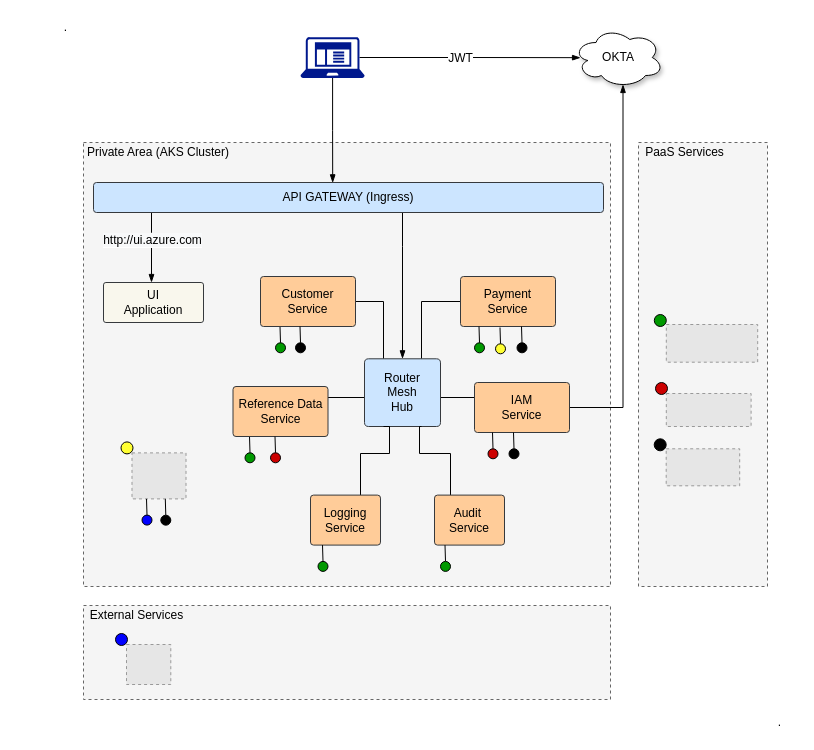
This is page "Architecture" (1 of 3) of _files/High-Level_Design.drawio from aytekinyaliz/ylz-xyz-infra, a draw.io file, before an edit. Source tidied: cells renumbered, new cells numbered last; positions are measured from the earlier drawing's top-left corner, leaving out a move shared by most shapes. Both pictures are drawn from the tidied source at 100%, with x=0, y=0 at pixel (57, 16). Pictures stored in the file or linked from it are replaced by grey dashed boxes.
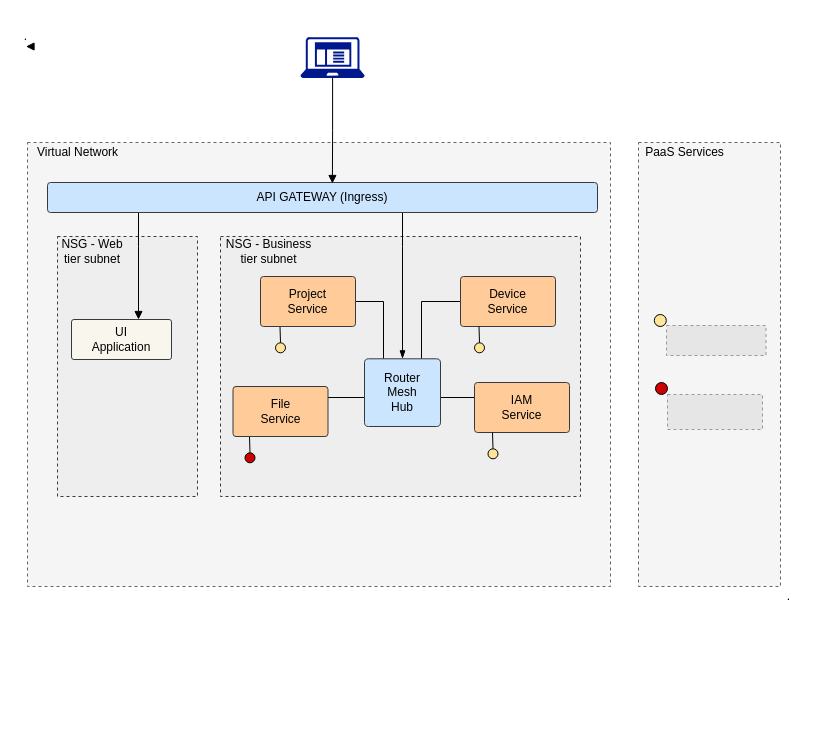
The same diagram, later.

The change refers to these unchanged cells:
```xml
<mxCell id="15" style="shadow=0;dashed=0;html=1;strokeColor=none;labelPosition=center;verticalLabelPosition=bottom;verticalAlign=top;align=center;fillColor=#00188D;shape=mxgraph.mscae.enterprise.client_application;" parent="1" vertex="1">
  <mxGeometry x="243" y="20.5" width="64.1" height="41" as="geometry" />
</mxCell>
<mxCell id="22" value="IAM&lt;br&gt;Service" style="rounded=1;whiteSpace=wrap;html=1;shadow=0;fillColor=#ffcc99;strokeColor=#36393d;arcSize=6;" parent="1" vertex="1">
  <mxGeometry x="417" y="366" width="95" height="50" as="geometry" />
</mxCell>
<mxCell id="51" value="Router&lt;br&gt;Mesh&lt;br&gt;Hub" style="rounded=1;whiteSpace=wrap;html=1;shadow=0;fillColor=#cce5ff;strokeColor=#36393d;arcSize=6;" parent="1" vertex="1">
  <mxGeometry x="307" y="342.3" width="76" height="67.7" as="geometry" />
</mxCell>
```

What changed in the source:
```diff
@@
-    <mxCell id="2" style="rounded=0;whiteSpace=wrap;html=1;shadow=0;dashed=1;fillColor=#f5f5f5;strokeColor=#666666;fontColor=#333333;arcSize=2;" parent="1" vertex="1">
-      <mxGeometry x="26" y="589" width="527" height="94" as="geometry" />
-    </mxCell>
+    <mxCell id="4" style="rounded=0;whiteSpace=wrap;html=1;shadow=0;dashed=1;fillColor=#f5f5f5;strokeColor=#666666;fontColor=#333333;arcSize=2;" parent="1" vertex="1">
+      <mxGeometry x="-30" y="126" width="583" height="444" as="geometry" />
+    </mxCell>
+    <mxCell id="70" style="rounded=0;whiteSpace=wrap;html=1;labelBackgroundColor=none;strokeWidth=1;dashed=1;fillColor=#eeeeee;strokeColor=#36393d;" parent="1" vertex="1">
+      <mxGeometry y="220" width="140" height="260" as="geometry" />
+    </mxCell>
+    <mxCell id="71" style="rounded=0;whiteSpace=wrap;html=1;labelBackgroundColor=none;strokeWidth=1;dashed=1;fillColor=#eeeeee;strokeColor=#36393d;" parent="1" vertex="1">
+      <mxGeometry x="163" y="220" width="360" height="260" as="geometry" />
+    </mxCell>
     <mxCell id="3" style="rounded=0;whiteSpace=wrap;html=1;shadow=0;dashed=1;fillColor=#f5f5f5;strokeColor=#666666;fontColor=#333333;arcSize=2;" parent="1" vertex="1">
-      <mxGeometry x="581" y="126" width="129" height="444" as="geometry" />
+      <mxGeometry x="581" y="126" width="142" height="444" as="geometry" />
     </mxCell>
-    <mxCell id="4" style="rounded=0;whiteSpace=wrap;html=1;shadow=0;dashed=1;fillColor=#f5f5f5;strokeColor=#666666;fontColor=#333333;arcSize=2;" parent="1" vertex="1">
-      <mxGeometry x="26" y="126" width="527" height="444" as="geometry" />
-    </mxCell>
-    <mxCell id="5" value="Private Area (AKS Cluster)" style="text;html=1;strokeColor=none;fillColor=none;align=center;verticalAlign=middle;whiteSpace=wrap;rounded=0;shadow=1;dashed=1;" parent="1" vertex="1">
-      <mxGeometry x="26" y="126" width="150" height="20" as="geometry" />
+    <mxCell id="5" value="Virtual Network" style="text;html=1;strokeColor=none;fillColor=none;align=center;verticalAlign=middle;whiteSpace=wrap;rounded=0;shadow=1;dashed=1;" parent="1" vertex="1">
+      <mxGeometry x="-28.5" y="126" width="97" height="20" as="geometry" />
     </mxCell>
-    <mxCell id="6" style="edgeStyle=orthogonalEdgeStyle;rounded=0;orthogonalLoop=1;jettySize=auto;html=1;endArrow=blockThin;endFill=1;" parent="1" edge="1">
-      <mxGeometry relative="1" as="geometry">
-        <mxPoint x="94" y="196" as="sourcePoint" />
-        <mxPoint x="94" y="266" as="targetPoint" />
-        <Array as="points">
-          <mxPoint x="94" y="216" />
-          <mxPoint x="94" y="216" />
-        </Array>
-      </mxGeometry>
-    </mxCell>
-    <mxCell id="7" value="&lt;span style=&quot;white-space: normal ; background-color: rgb(248 , 249 , 250)&quot;&gt;http://ui.azure.com&lt;/span&gt;" style="text;html=1;align=center;verticalAlign=middle;labelBackgroundColor=#ffffff;" parent="6" vertex="1">
-      <mxGeometry x="-0.23" relative="1" as="geometry" />
-    </mxCell>
@@
+    <mxCell id="72" style="edgeStyle=orthogonalEdgeStyle;rounded=0;orthogonalLoop=1;jettySize=auto;html=1;entryX=0.5;entryY=0;entryDx=0;entryDy=0;endArrow=block;endFill=1;" parent="1" edge="1">
+      <mxGeometry relative="1" as="geometry">
+        <mxPoint x="81" y="196" as="sourcePoint" />
+        <mxPoint x="81" y="303" as="targetPoint" />
+        <Array as="points">
+          <mxPoint x="81" y="230" />
+          <mxPoint x="81" y="230" />
+        </Array>
+      </mxGeometry>
+    </mxCell>
     <mxCell id="9" value="API GATEWAY (Ingress)" style="rounded=1;whiteSpace=wrap;html=1;shadow=0;fillColor=#cce5ff;strokeColor=#36393d;arcSize=10;" parent="1" vertex="1">
-      <mxGeometry x="36" y="166" width="510" height="30" as="geometry" />
+      <mxGeometry x="-10" y="166" width="550" height="30" as="geometry" />
     </mxCell>
     <mxCell id="10" value="UI&lt;br&gt;Application" style="rounded=1;whiteSpace=wrap;html=1;shadow=0;fillColor=#f9f7ed;strokeColor=#36393d;arcSize=6;" parent="1" vertex="1">
-      <mxGeometry x="46" y="266" width="100" height="40" as="geometry" />
+      <mxGeometry x="14" y="303" width="100" height="40" as="geometry" />
     </mxCell>
-    <mxCell id="11" value="OKTA" style="ellipse;shape=cloud;whiteSpace=wrap;html=1;shadow=1;fillColor=#FFFFFF;" parent="1" vertex="1">
-      <mxGeometry x="516" y="11" width="90" height="60" as="geometry" />
-    </mxCell>
-    <mxCell id="12" style="edgeStyle=orthogonalEdgeStyle;rounded=0;jettySize=auto;html=1;exitX=0.92;exitY=0.5;exitDx=0;exitDy=0;exitPerimeter=0;entryX=0.078;entryY=0.503;entryDx=0;entryDy=0;entryPerimeter=0;endArrow=blockThin;endFill=1;" parent="1" edge="1" source="15" target="11">
-      <mxGeometry relative="1" as="geometry" />
-    </mxCell>
-    <mxCell id="13" value="JWT" style="text;html=1;align=center;verticalAlign=middle;labelBackgroundColor=#ffffff;" parent="12" vertex="1">
-      <mxGeometry x="-0.09" relative="1" as="geometry" />
-    </mxCell>
-    <mxCell id="14" style="edgeStyle=orthogonalEdgeStyle;rounded=0;jettySize=auto;html=1;entryX=0.469;entryY=0.011;entryDx=0;entryDy=0;entryPerimeter=0;endArrow=blockThin;endFill=1;" parent="1" edge="1" source="15" target="9">
+    <mxCell id="14" style="edgeStyle=orthogonalEdgeStyle;rounded=0;jettySize=auto;html=1;entryX=0.518;entryY=0.033;entryDx=0;entryDy=0;entryPerimeter=0;endArrow=block;endFill=1;" parent="1" edge="1" source="15" target="9">
       <mxGeometry relative="1" as="geometry" />
     </mxCell>
@@
-    <mxCell id="17" style="fillColor=#E6E6E6;strokeColor=#999999;dashed=1;verticalLabelPosition=bottom;verticalAlign=top;" parent="1" vertex="1">
-      <mxGeometry x="608.8" y="308" width="91.4" height="37.7" as="geometry" />
-    </mxCell>
@@
-    <mxCell id="19" value="Payment&lt;br&gt;Service" style="rounded=1;whiteSpace=wrap;html=1;shadow=0;fillColor=#ffcc99;strokeColor=#36393d;arcSize=6;" parent="1" vertex="1">
+    <mxCell id="19" value="Device&lt;br&gt;Service" style="rounded=1;whiteSpace=wrap;html=1;shadow=0;fillColor=#ffcc99;strokeColor=#36393d;arcSize=6;" parent="1" vertex="1">
       <mxGeometry x="403" y="260" width="95" height="50" as="geometry" />
     </mxCell>
-    <mxCell id="20" style="edgeStyle=orthogonalEdgeStyle;rounded=0;jettySize=auto;html=1;entryX=0.55;entryY=0.95;entryDx=0;entryDy=0;entryPerimeter=0;endArrow=blockThin;endFill=1;" parent="1" edge="1" source="22" target="11">
-      <mxGeometry relative="1" as="geometry">
-        <Array as="points">
-          <mxPoint x="566" y="391" />
-        </Array>
-      </mxGeometry>
-    </mxCell>
@@
-    <mxCell id="24" style="ellipse;whiteSpace=wrap;html=1;shadow=0;fillColor=#009900;" parent="1" vertex="1">
+    <mxCell id="24" style="ellipse;whiteSpace=wrap;html=1;shadow=0;fillColor=#FFE599;" parent="1" vertex="1">
       <mxGeometry x="218" y="326.3" width="10" height="10" as="geometry" />
     </mxCell>
@@
-    <mxCell id="26" style="ellipse;whiteSpace=wrap;html=1;shadow=0;fillColor=#009900;" parent="1" vertex="1">
+    <mxCell id="26" style="ellipse;whiteSpace=wrap;html=1;shadow=0;fillColor=#FFE599;" parent="1" vertex="1">
       <mxGeometry x="417" y="326.3" width="10" height="10" as="geometry" />
     </mxCell>
-    <mxCell id="27" style="ellipse;whiteSpace=wrap;html=1;shadow=0;fillColor=#009900;" parent="1" vertex="1">
+    <mxCell id="27" style="ellipse;whiteSpace=wrap;html=1;shadow=0;fillColor=#FFE599;" parent="1" vertex="1">
       <mxGeometry x="596.8" y="298" width="12" height="12" as="geometry" />
     </mxCell>
@@
-    <mxCell id="30" style="ellipse;whiteSpace=wrap;html=1;shadow=0;fillColor=#CC0000;" parent="1" vertex="1">
+    <mxCell id="30" style="ellipse;whiteSpace=wrap;html=1;shadow=0;fillColor=#FFE599;" parent="1" vertex="1">
       <mxGeometry x="430.5" y="432.3" width="10" height="10" as="geometry" />
     </mxCell>
@@
-    <mxCell id="33" value="Reference Data&lt;br&gt;Service" style="rounded=1;whiteSpace=wrap;html=1;shadow=0;fillColor=#ffcc99;strokeColor=#36393d;arcSize=6;" parent="1" vertex="1">
+    <mxCell id="33" value="File&lt;br&gt;Service" style="rounded=1;whiteSpace=wrap;html=1;shadow=0;fillColor=#ffcc99;strokeColor=#36393d;arcSize=6;" parent="1" vertex="1">
       <mxGeometry x="175.5" y="370" width="95" height="50" as="geometry" />
     </mxCell>
-    <mxCell id="34" style="ellipse;whiteSpace=wrap;html=1;shadow=0;fillColor=#009900;" parent="1" vertex="1">
+    <mxCell id="34" style="ellipse;whiteSpace=wrap;html=1;shadow=0;fillColor=#CC0000;" parent="1" vertex="1">
       <mxGeometry x="187.5" y="436.3" width="10" height="10" as="geometry" />
     </mxCell>
-    <mxCell id="35" style="edgeStyle=orthogonalEdgeStyle;rounded=0;jettySize=auto;html=1;entryX=0.5;entryY=0;entryDx=0;entryDy=0;endArrow=none;endFill=0;" parent="1" edge="1" target="36">
-      <mxGeometry relative="1" as="geometry">
-        <mxPoint x="217.5" y="420" as="sourcePoint" />
-      </mxGeometry>
-    </mxCell>
-    <mxCell id="36" style="ellipse;whiteSpace=wrap;html=1;shadow=0;fillColor=#CC0000;" parent="1" vertex="1">
-      <mxGeometry x="213" y="436.3" width="10" height="10" as="geometry" />
-    </mxCell>
-    <mxCell id="37" style="fillColor=#E6E6E6;strokeColor=#999999;dashed=1;verticalLabelPosition=bottom;verticalAlign=top;" parent="1" vertex="1">
-      <mxGeometry x="74.5" y="436.4" width="54" height="46" as="geometry" />
-    </mxCell>
-    <mxCell id="38" value="External Services" style="text;html=1;strokeColor=none;fillColor=none;align=center;verticalAlign=middle;whiteSpace=wrap;rounded=0;shadow=1;dashed=1;" parent="1" vertex="1">
-      <mxGeometry x="26" y="589" width="107" height="20" as="geometry" />
-    </mxCell>
-    <mxCell id="39" style="fillColor=#E6E6E6;strokeColor=#999999;dashed=1;verticalLabelPosition=bottom;verticalAlign=top;" parent="1" vertex="1">
-      <mxGeometry x="69" y="628" width="44.3" height="40" as="geometry" />
-    </mxCell>
-    <mxCell id="40" style="ellipse;whiteSpace=wrap;html=1;shadow=0;fillColor=#0000FF;" parent="1" vertex="1">
-      <mxGeometry x="58" y="617" width="12" height="12" as="geometry" />
-    </mxCell>
-    <mxCell id="41" style="edgeStyle=orthogonalEdgeStyle;rounded=0;jettySize=auto;html=1;entryX=0.5;entryY=0;entryDx=0;entryDy=0;endArrow=none;endFill=0;" parent="1" edge="1" target="42">
-      <mxGeometry relative="1" as="geometry">
-        <mxPoint x="89" y="482.4" as="sourcePoint" />
-      </mxGeometry>
-    </mxCell>
-    <mxCell id="42" style="ellipse;whiteSpace=wrap;html=1;shadow=0;fillColor=#0000FF;" parent="1" vertex="1">
-      <mxGeometry x="84.5" y="498.6" width="10" height="10" as="geometry" />
-    </mxCell>
@@
-    <mxCell id="44" value="Customer&lt;br&gt;Service" style="rounded=1;whiteSpace=wrap;html=1;shadow=0;fillColor=#ffcc99;strokeColor=#36393d;arcSize=6;" parent="1" vertex="1">
+    <mxCell id="44" value="Project&lt;br&gt;Service" style="rounded=1;whiteSpace=wrap;html=1;shadow=0;fillColor=#ffcc99;strokeColor=#36393d;arcSize=6;" parent="1" vertex="1">
       <mxGeometry x="203" y="260" width="95" height="50" as="geometry" />
     </mxCell>
-    <mxCell id="45" style="ellipse;whiteSpace=wrap;html=1;shadow=0;fillColor=#FFFF33;" parent="1" vertex="1">
-      <mxGeometry x="63.5" y="425.4" width="12" height="12" as="geometry" />
-    </mxCell>
-    <mxCell id="46" style="edgeStyle=orthogonalEdgeStyle;rounded=0;jettySize=auto;html=1;entryX=0.5;entryY=0;entryDx=0;entryDy=0;endArrow=none;endFill=0;" parent="1" edge="1" target="47">
-      <mxGeometry relative="1" as="geometry">
-        <mxPoint x="442.5" y="311" as="sourcePoint" />
-      </mxGeometry>
-    </mxCell>
-    <mxCell id="47" style="ellipse;whiteSpace=wrap;html=1;shadow=0;fillColor=#FFFF33;" parent="1" vertex="1">
-      <mxGeometry x="438" y="327.3" width="10" height="10" as="geometry" />
-    </mxCell>
     <mxCell id="48" value="." style="text;html=1;strokeColor=none;fillColor=none;align=center;verticalAlign=middle;whiteSpace=wrap;rounded=0;" parent="1" vertex="1">
-      <mxGeometry x="714" y="696" width="17" height="20" as="geometry" />
+      <mxGeometry x="723" y="570" width="17" height="20" as="geometry" />
     </mxCell>
     <mxCell id="49" value="." style="text;html=1;strokeColor=none;fillColor=none;align=center;verticalAlign=middle;whiteSpace=wrap;rounded=0;" parent="1" vertex="1">
-      <mxGeometry y="0.5" width="17" height="20" as="geometry" />
+      <mxGeometry x="-40" y="10" width="17" height="20" as="geometry" />
     </mxCell>
-    <mxCell id="50" style="fillColor=#E6E6E6;strokeColor=#999999;dashed=1;verticalLabelPosition=bottom;verticalAlign=top;" parent="1" vertex="1">
-      <mxGeometry x="608.8" y="377" width="84.8" height="33" as="geometry" />
-    </mxCell>
@@
-    <mxCell id="52" style="edgeStyle=orthogonalEdgeStyle;rounded=0;jettySize=auto;html=1;entryX=0.25;entryY=1;entryDx=0;entryDy=0;endArrow=none;endFill=0;" parent="1" edge="1" source="53" target="51">
-      <mxGeometry relative="1" as="geometry">
-        <Array as="points">
-          <mxPoint x="303" y="437" />
-          <mxPoint x="332" y="437" />
-        </Array>
-      </mxGeometry>
-    </mxCell>
-    <mxCell id="53" value="Logging &lt;br&gt;Service" style="rounded=1;whiteSpace=wrap;html=1;shadow=0;fillColor=#ffcc99;strokeColor=#36393d;arcSize=6;" parent="1" vertex="1">
-      <mxGeometry x="253" y="478.6" width="70" height="50" as="geometry" />
-    </mxCell>
-    <mxCell id="54" style="edgeStyle=orthogonalEdgeStyle;rounded=0;jettySize=auto;html=1;entryX=0.75;entryY=1;entryDx=0;entryDy=0;endArrow=none;endFill=0;" parent="1" edge="1" source="55" target="51">
-      <mxGeometry relative="1" as="geometry">
-        <Array as="points">
-          <mxPoint x="393" y="437" />
-          <mxPoint x="362" y="437" />
-        </Array>
-      </mxGeometry>
-    </mxCell>
-    <mxCell id="55" value="Audit&amp;nbsp;&lt;br&gt;Service" style="rounded=1;whiteSpace=wrap;html=1;shadow=0;fillColor=#ffcc99;strokeColor=#36393d;arcSize=6;" parent="1" vertex="1">
-      <mxGeometry x="377" y="478.6" width="70" height="50" as="geometry" />
-    </mxCell>
-    <mxCell id="56" style="edgeStyle=orthogonalEdgeStyle;rounded=0;jettySize=auto;html=1;entryX=0.5;entryY=0;entryDx=0;entryDy=0;endArrow=none;endFill=0;" parent="1" edge="1" target="57">
-      <mxGeometry relative="1" as="geometry">
-        <mxPoint x="387.5" y="528.6" as="sourcePoint" />
-      </mxGeometry>
-    </mxCell>
-    <mxCell id="57" style="ellipse;whiteSpace=wrap;html=1;shadow=0;fillColor=#009900;" parent="1" vertex="1">
-      <mxGeometry x="383" y="544.9" width="10" height="10" as="geometry" />
-    </mxCell>
-    <mxCell id="58" style="edgeStyle=orthogonalEdgeStyle;rounded=0;jettySize=auto;html=1;entryX=0.5;entryY=0;entryDx=0;entryDy=0;endArrow=none;endFill=0;" parent="1" edge="1" target="59">
-      <mxGeometry relative="1" as="geometry">
-        <mxPoint x="265" y="528.6" as="sourcePoint" />
-      </mxGeometry>
-    </mxCell>
-    <mxCell id="59" style="ellipse;whiteSpace=wrap;html=1;shadow=0;fillColor=#009900;" parent="1" vertex="1">
-      <mxGeometry x="260.5" y="544.9" width="10" height="10" as="geometry" />
-    </mxCell>
-    <mxCell id="60" style="fillColor=#E6E6E6;strokeColor=#999999;dashed=1;verticalLabelPosition=bottom;verticalAlign=top;" parent="1" vertex="1">
-      <mxGeometry x="608.7" y="432.3" width="73.5" height="37" as="geometry" />
-    </mxCell>
-    <mxCell id="61" style="ellipse;whiteSpace=wrap;html=1;shadow=0;fillColor=#000000;" parent="1" vertex="1">
-      <mxGeometry x="596.7" y="422.3" width="12" height="12" as="geometry" />
-    </mxCell>
-    <mxCell id="62" style="edgeStyle=orthogonalEdgeStyle;rounded=0;jettySize=auto;html=1;entryX=0.5;entryY=0;entryDx=0;entryDy=0;endArrow=none;endFill=0;" parent="1" edge="1" target="63">
-      <mxGeometry relative="1" as="geometry">
-        <mxPoint x="464" y="310" as="sourcePoint" />
-      </mxGeometry>
-    </mxCell>
-    <mxCell id="63" style="ellipse;whiteSpace=wrap;html=1;shadow=0;fillColor=#000000;" parent="1" vertex="1">
-      <mxGeometry x="459.5" y="326.3" width="10" height="10" as="geometry" />
-    </mxCell>
-    <mxCell id="64" style="edgeStyle=orthogonalEdgeStyle;rounded=0;jettySize=auto;html=1;entryX=0.5;entryY=0;entryDx=0;entryDy=0;endArrow=none;endFill=0;" parent="1" edge="1" target="65">
-      <mxGeometry relative="1" as="geometry">
-        <mxPoint x="456" y="416" as="sourcePoint" />
-      </mxGeometry>
-    </mxCell>
-    <mxCell id="65" style="ellipse;whiteSpace=wrap;html=1;shadow=0;fillColor=#000000;" parent="1" vertex="1">
-      <mxGeometry x="451.5" y="432.3" width="10" height="10" as="geometry" />
-    </mxCell>
-    <mxCell id="66" style="edgeStyle=orthogonalEdgeStyle;rounded=0;jettySize=auto;html=1;entryX=0.5;entryY=0;entryDx=0;entryDy=0;endArrow=none;endFill=0;" parent="1" edge="1" target="67">
-      <mxGeometry relative="1" as="geometry">
-        <mxPoint x="242.5" y="310" as="sourcePoint" />
-      </mxGeometry>
-    </mxCell>
-    <mxCell id="67" style="ellipse;whiteSpace=wrap;html=1;shadow=0;fillColor=#000000;" parent="1" vertex="1">
-      <mxGeometry x="238" y="326.3" width="10" height="10" as="geometry" />
-    </mxCell>
-    <mxCell id="68" style="edgeStyle=orthogonalEdgeStyle;rounded=0;jettySize=auto;html=1;entryX=0.5;entryY=0;entryDx=0;entryDy=0;endArrow=none;endFill=0;" parent="1" edge="1" target="69">
-      <mxGeometry relative="1" as="geometry">
-        <mxPoint x="107.8" y="482.4" as="sourcePoint" />
-      </mxGeometry>
-    </mxCell>
-    <mxCell id="69" style="ellipse;whiteSpace=wrap;html=1;shadow=0;fillColor=#000000;" parent="1" vertex="1">
-      <mxGeometry x="103.3" y="498.7" width="10" height="10" as="geometry" />
-    </mxCell>
+    <mxCell id="73" style="fillColor=#E6E6E6;strokeColor=#999999;dashed=1;verticalLabelPosition=bottom;labelBackgroundColor=#ffffff;verticalAlign=top;" parent="1" vertex="1">
+      <mxGeometry x="609" y="309" width="99.5" height="30" as="geometry" />
+    </mxCell>
+    <mxCell id="74" style="fillColor=#E6E6E6;strokeColor=#999999;dashed=1;verticalLabelPosition=bottom;labelBackgroundColor=#ffffff;verticalAlign=top;" parent="1" vertex="1">
+      <mxGeometry x="610" y="378" width="95" height="35" as="geometry" />
+    </mxCell>
+    <mxCell id="75" value="NSG -&amp;nbsp;Web tier subnet" style="text;html=1;strokeColor=none;fillColor=none;align=center;verticalAlign=middle;whiteSpace=wrap;rounded=0;dashed=1;labelBackgroundColor=none;" parent="1" vertex="1">
+      <mxGeometry y="220" width="70" height="30" as="geometry" />
+    </mxCell>
+    <mxCell id="76" value="NSG - Business tier subnet" style="text;html=1;strokeColor=none;fillColor=none;align=center;verticalAlign=middle;whiteSpace=wrap;rounded=0;dashed=1;labelBackgroundColor=none;" parent="1" vertex="1">
+      <mxGeometry x="163" y="220" width="97" height="30" as="geometry" />
+    </mxCell>
+    <mxCell id="77" style="edgeStyle=orthogonalEdgeStyle;rounded=0;orthogonalLoop=1;jettySize=auto;html=1;exitX=0.75;exitY=1;exitDx=0;exitDy=0;entryX=0.5;entryY=1;entryDx=0;entryDy=0;endArrow=block;endFill=1;" parent="1" edge="1" source="49" target="49">
+      <mxGeometry relative="1" as="geometry" />
+    </mxCell>
```
